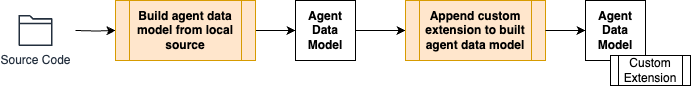
Earlier version of the draw.io export docs/_static/data_extension_usage.png (papimenon/docs). Source tidied: cells renumbered, new cells last; positions are measured from the earlier drawing's top-left corner, leaving out a move shared by most shapes. Source of this version:
```xml
<mxGraphModel>
  <root>
    <mxCell id="0" />
    <mxCell id="1" parent="0" />
    <mxCell id="2" style="edgeStyle=orthogonalEdgeStyle;rounded=0;jettySize=auto;html=1;entryX=0;entryY=0.5;entryDx=0;entryDy=0;" parent="1" edge="1" source="3" target="8">
      <mxGeometry relative="1" as="geometry" />
    </mxCell>
    <mxCell id="3" value="Agent Data Model" style="whiteSpace=wrap;html=1;fontStyle=1;" parent="1" vertex="1">
      <mxGeometry x="277" width="60" height="60" as="geometry" />
    </mxCell>
    <mxCell id="4" style="edgeStyle=orthogonalEdgeStyle;rounded=0;jettySize=auto;html=1;entryX=0;entryY=0.5;entryDx=0;entryDy=0;" parent="1" edge="1" target="6">
      <mxGeometry relative="1" as="geometry">
        <mxPoint x="57" y="30" as="sourcePoint" />
      </mxGeometry>
    </mxCell>
    <mxCell id="5" style="edgeStyle=orthogonalEdgeStyle;rounded=0;jettySize=auto;html=1;entryX=0;entryY=0.5;entryDx=0;entryDy=0;" parent="1" edge="1" source="6" target="3">
      <mxGeometry relative="1" as="geometry" />
    </mxCell>
    <mxCell id="6" value="Build agent data model from local source" style="shape=process;whiteSpace=wrap;html=1;backgroundOutline=1;fontStyle=1;fillColor=#ffe6cc;strokeColor=#d79b00;" parent="1" vertex="1">
      <mxGeometry x="97" width="140" height="60" as="geometry" />
    </mxCell>
    <mxCell id="7" value="Source Code" style="sketch=0;fontColor=#232F3E;gradientColor=none;fillColor=#232F3D;strokeColor=none;dashed=0;verticalLabelPosition=bottom;verticalAlign=top;align=center;html=1;fontSize=12;fontStyle=0;shape=mxgraph.aws4.folder;" parent="1" vertex="1">
      <mxGeometry y="14.5" width="34.1" height="31" as="geometry" />
    </mxCell>
    <mxCell id="8" value="Append custom extension to built agent data model" style="shape=process;whiteSpace=wrap;html=1;backgroundOutline=1;fontStyle=1;fillColor=#ffe6cc;strokeColor=#d79b00;" parent="1" vertex="1">
      <mxGeometry x="387" width="140" height="60" as="geometry" />
    </mxCell>
    <mxCell id="9" style="edgeStyle=orthogonalEdgeStyle;rounded=0;jettySize=auto;html=1;entryX=0;entryY=0.5;entryDx=0;entryDy=0;" parent="1" edge="1" source="8" target="10">
      <mxGeometry relative="1" as="geometry" />
    </mxCell>
    <mxCell id="10" value="Agent Data Model" style="whiteSpace=wrap;html=1;fontStyle=1;" parent="1" vertex="1">
      <mxGeometry x="567" width="60" height="60" as="geometry" />
    </mxCell>
    <mxCell id="11" value="Custom Extension" style="shape=process;whiteSpace=wrap;html=1;backgroundOutline=1;" parent="1" vertex="1">
      <mxGeometry x="592" y="55" width="80" height="30" as="geometry" />
    </mxCell>
  </root>
</mxGraphModel>
```
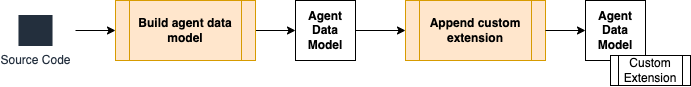
After the commit.

The edit, as a diff of the source:
```diff
@@ -16,13 +16,13 @@
     <mxCell id="5" style="edgeStyle=orthogonalEdgeStyle;rounded=0;jettySize=auto;html=1;entryX=0;entryY=0.5;entryDx=0;entryDy=0;" parent="1" edge="1" source="6" target="3">
       <mxGeometry relative="1" as="geometry" />
     </mxCell>
-    <mxCell id="6" value="Build agent data model from local source" style="shape=process;whiteSpace=wrap;html=1;backgroundOutline=1;fontStyle=1;fillColor=#ffe6cc;strokeColor=#d79b00;" parent="1" vertex="1">
+    <mxCell id="6" value="Build agent data model" style="shape=process;whiteSpace=wrap;html=1;backgroundOutline=1;fontStyle=1;fillColor=#ffe6cc;strokeColor=#d79b00;" parent="1" vertex="1">
       <mxGeometry x="97" width="140" height="60" as="geometry" />
     </mxCell>
     <mxCell id="7" value="Source Code" style="sketch=0;fontColor=#232F3E;gradientColor=none;fillColor=#232F3D;strokeColor=none;dashed=0;verticalLabelPosition=bottom;verticalAlign=top;align=center;html=1;fontSize=12;fontStyle=0;shape=mxgraph.aws4.folder;" parent="1" vertex="1">
       <mxGeometry y="14.5" width="34.1" height="31" as="geometry" />
     </mxCell>
-    <mxCell id="8" value="Append custom extension to built agent data model" style="shape=process;whiteSpace=wrap;html=1;backgroundOutline=1;fontStyle=1;fillColor=#ffe6cc;strokeColor=#d79b00;" parent="1" vertex="1">
+    <mxCell id="8" value="Append custom extension" style="shape=process;whiteSpace=wrap;html=1;backgroundOutline=1;fontStyle=1;fillColor=#ffe6cc;strokeColor=#d79b00;" parent="1" vertex="1">
       <mxGeometry x="387" width="140" height="60" as="geometry" />
     </mxCell>
     <mxCell id="9" style="edgeStyle=orthogonalEdgeStyle;rounded=0;jettySize=auto;html=1;entryX=0;entryY=0.5;entryDx=0;entryDy=0;" parent="1" edge="1" source="8" target="10">
```
